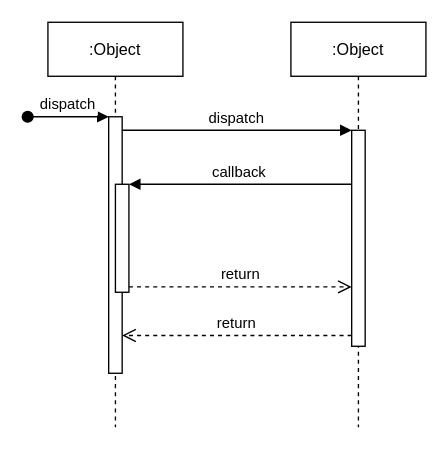
Earlier version of the draw.io diagram draw/智能家居配网场景.drawio (befairyliu/draw.io). Source tidied: cells renumbered, new cells numbered last; positions are measured from the earlier drawing's top-left corner, leaving out a move shared by most shapes. Both pictures are drawn from the tidied source at 135%, with x=0, y=0 at pixel (27, 22).
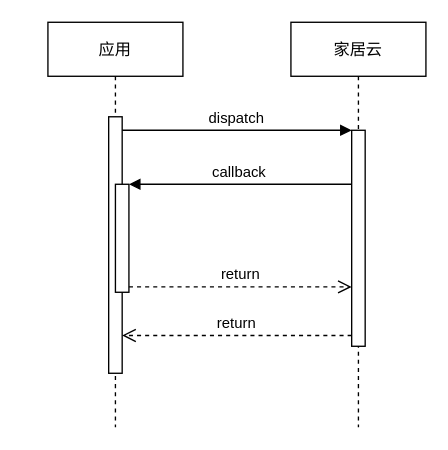
The same page after the edit.

Commit message (it also covers changes not shown here):
Update 智能家居配网场景.drawio

Diff of the diagram source:
```diff
@@
 <mxGraphModel>
   <root>
     <mxCell id="0" />
     <mxCell id="1" parent="0" />
-    <mxCell id="2" value=":Object" style="shape=umlLifeline;perimeter=lifelinePerimeter;rounded=0;shadow=0;strokeWidth=1;" parent="1" vertex="1">
+    <mxCell id="2" value="应用" style="shape=umlLifeline;perimeter=lifelinePerimeter;rounded=0;shadow=0;strokeWidth=1;" parent="1" vertex="1">
       <mxGeometry x="15" width="100" height="300" as="geometry" />
     </mxCell>
     <mxCell id="3" style="points=[];perimeter=orthogonalPerimeter;rounded=0;shadow=0;strokeWidth=1;" parent="2" vertex="1">
       <mxGeometry x="45" y="70" width="10" height="190" as="geometry" />
     </mxCell>
-    <mxCell id="4" value="dispatch" style="verticalAlign=bottom;startArrow=oval;endArrow=block;startSize=8;shadow=0;strokeWidth=1;" parent="2" edge="1" target="3">
-      <mxGeometry relative="1" as="geometry">
-        <mxPoint x="-15" y="70" as="sourcePoint" />
-      </mxGeometry>
-    </mxCell>
     <mxCell id="5" style="points=[];perimeter=orthogonalPerimeter;rounded=0;shadow=0;strokeWidth=1;" parent="2" vertex="1">
       <mxGeometry x="50" y="120" width="10" height="80" as="geometry" />
     </mxCell>
-    <mxCell id="6" value=":Object" style="shape=umlLifeline;perimeter=lifelinePerimeter;rounded=0;shadow=0;strokeWidth=1;" parent="1" vertex="1">
+    <mxCell id="6" value="家居云" style="shape=umlLifeline;perimeter=lifelinePerimeter;rounded=0;shadow=0;strokeWidth=1;" parent="1" vertex="1">
       <mxGeometry x="195" width="100" height="300" as="geometry" />
     </mxCell>
     <mxCell id="7" style="points=[];perimeter=orthogonalPerimeter;rounded=0;shadow=0;strokeWidth=1;" parent="6" vertex="1">
       <mxGeometry x="45" y="80" width="10" height="160" as="geometry" />
     </mxCell>
     <mxCell id="8" value="return" style="verticalAlign=bottom;endArrow=open;dashed=1;endSize=8;exitX=0;exitY=0.95;shadow=0;strokeWidth=1;" parent="1" edge="1" source="7" target="3">
       <mxGeometry relative="1" as="geometry" />
     </mxCell>
     <mxCell id="9" value="dispatch" style="verticalAlign=bottom;endArrow=block;entryX=0;entryY=0;shadow=0;strokeWidth=1;" parent="1" edge="1" source="3" target="7">
       <mxGeometry relative="1" as="geometry" />
     </mxCell>
     <mxCell id="10" value="callback" style="verticalAlign=bottom;endArrow=block;entryX=1;entryY=0;shadow=0;strokeWidth=1;" parent="1" edge="1" source="7" target="5">
       <mxGeometry relative="1" as="geometry" />
     </mxCell>
     <mxCell id="11" value="return" style="verticalAlign=bottom;endArrow=open;dashed=1;endSize=8;exitX=1;exitY=0.95;shadow=0;strokeWidth=1;" parent="1" edge="1" source="5" target="7">
       <mxGeometry relative="1" as="geometry" />
     </mxCell>
   </root>
 </mxGraphModel>
```
